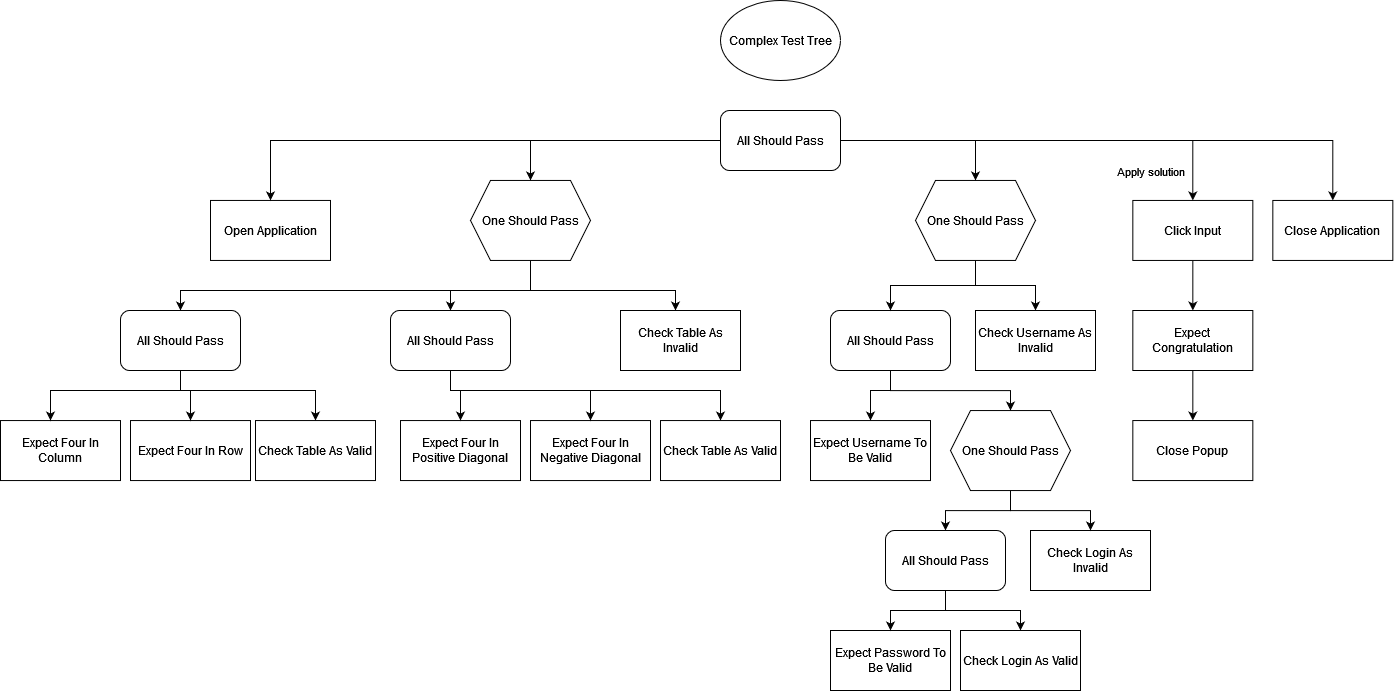
The draw.io diagram ReadmeImages/ComplexTestTree.png in noubar/BehaviorTreeLibrary-Tests, before a commit. Source tidied: cells renumbered, new cells last; positions are measured from the earlier drawing's top-left corner, leaving out a move shared by most shapes.
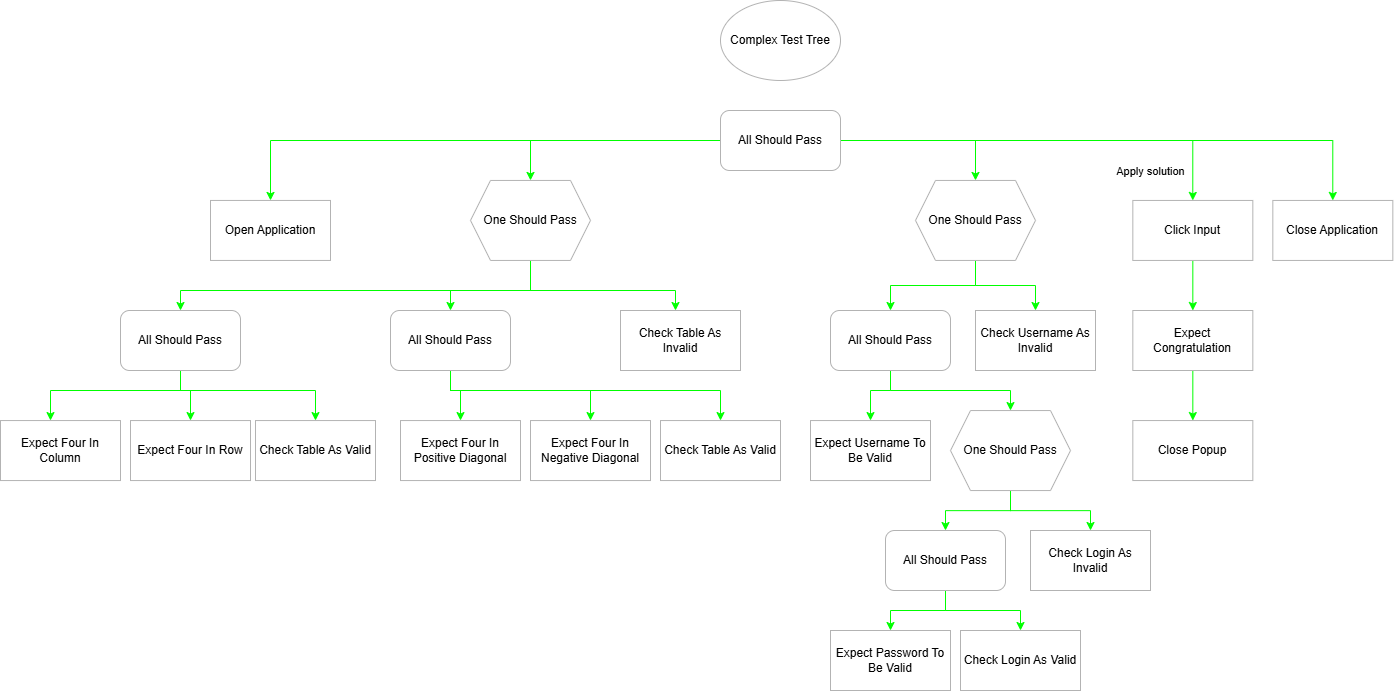
After the commit.

What changed in the source:
```diff
@@ -2,46 +2,46 @@
   <root>
     <mxCell id="0" />
     <mxCell id="1" parent="0" />
-    <mxCell id="2" value="&lt;div&gt;Complex Test Tree&lt;/div&gt;" style="ellipse;whiteSpace=wrap;html=1;" parent="1" vertex="1">
+    <mxCell id="2" value="&lt;div&gt;Complex Test Tree&lt;/div&gt;" style="ellipse;whiteSpace=wrap;html=1;strokeColor=#B3B3B3;" parent="1" vertex="1">
       <mxGeometry x="720" width="120" height="80" as="geometry" />
     </mxCell>
-    <mxCell id="3" value="Expect Four In Row" style="rounded=0;whiteSpace=wrap;html=1;" parent="1" vertex="1">
+    <mxCell id="3" value="Expect Four In Row" style="rounded=0;whiteSpace=wrap;html=1;strokeColor=#B3B3B3;" parent="1" vertex="1">
       <mxGeometry x="130" y="420.1" width="120" height="60" as="geometry" />
     </mxCell>
-    <mxCell id="4" value="Expect Four In Column" style="rounded=0;whiteSpace=wrap;html=1;" parent="1" vertex="1">
+    <mxCell id="4" value="Expect Four In Column" style="rounded=0;whiteSpace=wrap;html=1;strokeColor=#B3B3B3;" parent="1" vertex="1">
       <mxGeometry y="420.1" width="120" height="60" as="geometry" />
     </mxCell>
-    <mxCell id="5" style="edgeStyle=orthogonalEdgeStyle;rounded=0;jettySize=auto;html=1;" parent="1" edge="1" source="6" target="8">
+    <mxCell id="5" style="edgeStyle=orthogonalEdgeStyle;rounded=0;jettySize=auto;html=1;strokeColor=#00FF00;" parent="1" edge="1" source="6" target="8">
       <mxGeometry relative="1" as="geometry" />
     </mxCell>
-    <mxCell id="6" value="Click Input" style="rounded=0;whiteSpace=wrap;html=1;" parent="1" vertex="1">
+    <mxCell id="6" value="Click Input" style="rounded=0;whiteSpace=wrap;html=1;strokeColor=#B3B3B3;" parent="1" vertex="1">
       <mxGeometry x="1132.3" y="199.9" width="120" height="60" as="geometry" />
     </mxCell>
-    <mxCell id="7" style="edgeStyle=orthogonalEdgeStyle;rounded=0;jettySize=auto;html=1;" parent="1" edge="1" source="8" target="9">
+    <mxCell id="7" style="edgeStyle=orthogonalEdgeStyle;rounded=0;jettySize=auto;html=1;strokeColor=#00FF00;" parent="1" edge="1" source="8" target="9">
       <mxGeometry relative="1" as="geometry" />
     </mxCell>
-    <mxCell id="8" value="Expect Congratulation" style="rounded=0;whiteSpace=wrap;html=1;" parent="1" vertex="1">
+    <mxCell id="8" value="Expect Congratulation" style="rounded=0;whiteSpace=wrap;html=1;strokeColor=#B3B3B3;" parent="1" vertex="1">
       <mxGeometry x="1132.3" y="310" width="120" height="60" as="geometry" />
     </mxCell>
-    <mxCell id="9" value="Close Popup" style="rounded=0;whiteSpace=wrap;html=1;" parent="1" vertex="1">
+    <mxCell id="9" value="Close Popup" style="rounded=0;whiteSpace=wrap;html=1;strokeColor=#B3B3B3;" parent="1" vertex="1">
       <mxGeometry x="1132.3" y="420" width="120" height="60" as="geometry" />
     </mxCell>
-    <mxCell id="10" value="Close Application" style="rounded=0;whiteSpace=wrap;html=1;" parent="1" vertex="1">
+    <mxCell id="10" value="Close Application" style="rounded=0;whiteSpace=wrap;html=1;strokeColor=#B3B3B3;" parent="1" vertex="1">
       <mxGeometry x="1272.3" y="199.9" width="120" height="60" as="geometry" />
     </mxCell>
-    <mxCell id="11" value="Open Application" style="rounded=0;whiteSpace=wrap;html=1;" parent="1" vertex="1">
+    <mxCell id="11" value="Open Application" style="rounded=0;whiteSpace=wrap;html=1;strokeColor=#B3B3B3;" parent="1" vertex="1">
       <mxGeometry x="210" y="199.9" width="120" height="60" as="geometry" />
     </mxCell>
-    <mxCell id="12" style="edgeStyle=orthogonalEdgeStyle;rounded=0;jettySize=auto;html=1;" parent="1" edge="1" source="18" target="11">
+    <mxCell id="12" style="edgeStyle=orthogonalEdgeStyle;rounded=0;jettySize=auto;html=1;strokeColor=#00FF00;" parent="1" edge="1" source="18" target="11">
       <mxGeometry relative="1" as="geometry" />
     </mxCell>
-    <mxCell id="13" style="edgeStyle=orthogonalEdgeStyle;rounded=0;jettySize=auto;html=1;" parent="1" edge="1" source="18" target="10">
+    <mxCell id="13" style="edgeStyle=orthogonalEdgeStyle;rounded=0;jettySize=auto;html=1;strokeColor=#00FF00;" parent="1" edge="1" source="18" target="10">
       <mxGeometry relative="1" as="geometry" />
     </mxCell>
-    <mxCell id="14" style="edgeStyle=orthogonalEdgeStyle;rounded=0;jettySize=auto;html=1;entryX=0.5;entryY=0;entryDx=0;entryDy=0;" parent="1" edge="1" source="18" target="24">
+    <mxCell id="14" style="edgeStyle=orthogonalEdgeStyle;rounded=0;jettySize=auto;html=1;entryX=0.5;entryY=0;entryDx=0;entryDy=0;strokeColor=#00FF00;" parent="1" edge="1" source="18" target="24">
       <mxGeometry relative="1" as="geometry" />
     </mxCell>
-    <mxCell id="15" style="edgeStyle=orthogonalEdgeStyle;rounded=0;jettySize=auto;html=1;" parent="1" edge="1" source="18" target="6">
+    <mxCell id="15" style="edgeStyle=orthogonalEdgeStyle;rounded=0;jettySize=auto;html=1;strokeColor=#00FF00;" parent="1" edge="1" source="18" target="6">
       <mxGeometry relative="1" as="geometry" />
     </mxCell>
     <mxCell id="16" value="Apply solution" style="edgeLabel;html=1;align=center;verticalAlign=middle;" parent="15" vertex="1">
@@ -49,19 +49,19 @@
         <mxPoint x="1" y="32" as="offset" />
       </mxGeometry>
     </mxCell>
-    <mxCell id="17" style="edgeStyle=orthogonalEdgeStyle;rounded=0;jettySize=auto;html=1;" parent="1" edge="1" source="18" target="44">
+    <mxCell id="17" style="edgeStyle=orthogonalEdgeStyle;rounded=0;jettySize=auto;html=1;strokeColor=#00FF00;" parent="1" edge="1" source="18" target="44">
       <mxGeometry relative="1" as="geometry" />
     </mxCell>
-    <mxCell id="18" value="All Should Pass" style="rounded=1;whiteSpace=wrap;html=1;" parent="1" vertex="1">
+    <mxCell id="18" value="All Should Pass" style="rounded=1;whiteSpace=wrap;html=1;strokeColor=#B3B3B3;" parent="1" vertex="1">
       <mxGeometry x="720" y="110" width="120" height="60" as="geometry" />
     </mxCell>
-    <mxCell id="19" value="Expect Four In Positive Diagonal" style="rounded=0;whiteSpace=wrap;html=1;" parent="1" vertex="1">
+    <mxCell id="19" value="Expect Four In Positive Diagonal" style="rounded=0;whiteSpace=wrap;html=1;strokeColor=#B3B3B3;" parent="1" vertex="1">
       <mxGeometry x="400" y="420.1" width="120" height="60" as="geometry" />
     </mxCell>
-    <mxCell id="20" value="Expect Four In Negative Diagonal" style="rounded=0;whiteSpace=wrap;html=1;" parent="1" vertex="1">
+    <mxCell id="20" value="Expect Four In Negative Diagonal" style="rounded=0;whiteSpace=wrap;html=1;strokeColor=#B3B3B3;" parent="1" vertex="1">
       <mxGeometry x="530" y="420.1" width="120" height="60" as="geometry" />
     </mxCell>
-    <mxCell id="21" style="edgeStyle=orthogonalEdgeStyle;rounded=0;jettySize=auto;html=1;" parent="1" edge="1" source="24" target="28">
+    <mxCell id="21" style="edgeStyle=orthogonalEdgeStyle;rounded=0;jettySize=auto;html=1;strokeColor=#00FF00;" parent="1" edge="1" source="24" target="28">
       <mxGeometry relative="1" as="geometry">
         <Array as="points">
           <mxPoint x="530" y="290" />
@@ -69,7 +69,7 @@
         </Array>
       </mxGeometry>
     </mxCell>
-    <mxCell id="22" style="edgeStyle=orthogonalEdgeStyle;rounded=0;jettySize=auto;html=1;" parent="1" edge="1" source="24" target="32">
+    <mxCell id="22" style="edgeStyle=orthogonalEdgeStyle;rounded=0;jettySize=auto;html=1;strokeColor=#00FF00;" parent="1" edge="1" source="24" target="32">
       <mxGeometry relative="1" as="geometry">
         <Array as="points">
           <mxPoint x="530" y="290" />
@@ -77,7 +77,7 @@
         </Array>
       </mxGeometry>
     </mxCell>
-    <mxCell id="23" style="edgeStyle=orthogonalEdgeStyle;rounded=0;jettySize=auto;html=1;" parent="1" edge="1" source="24" target="34">
+    <mxCell id="23" style="edgeStyle=orthogonalEdgeStyle;rounded=0;jettySize=auto;html=1;strokeColor=#00FF00;" parent="1" edge="1" source="24" target="34">
       <mxGeometry relative="1" as="geometry">
         <Array as="points">
           <mxPoint x="530" y="290" />
@@ -85,10 +85,10 @@
         </Array>
       </mxGeometry>
     </mxCell>
-    <mxCell id="24" value="One Should Pass" style="shape=hexagon;perimeter=hexagonPerimeter2;whiteSpace=wrap;html=1;fixedSize=1;" parent="1" vertex="1">
+    <mxCell id="24" value="One Should Pass" style="shape=hexagon;perimeter=hexagonPerimeter2;whiteSpace=wrap;html=1;fixedSize=1;strokeColor=#B3B3B3;" parent="1" vertex="1">
       <mxGeometry x="470" y="179.9" width="120" height="80" as="geometry" />
     </mxCell>
-    <mxCell id="25" style="edgeStyle=orthogonalEdgeStyle;rounded=0;jettySize=auto;html=1;" parent="1" edge="1" source="28" target="4">
+    <mxCell id="25" style="edgeStyle=orthogonalEdgeStyle;rounded=0;jettySize=auto;html=1;strokeColor=#00FF00;" parent="1" edge="1" source="28" target="4">
       <mxGeometry relative="1" as="geometry">
         <Array as="points">
           <mxPoint x="180" y="390" />
@@ -96,7 +96,7 @@
         </Array>
       </mxGeometry>
     </mxCell>
-    <mxCell id="26" style="edgeStyle=orthogonalEdgeStyle;rounded=0;jettySize=auto;html=1;" parent="1" edge="1" source="28" target="3">
+    <mxCell id="26" style="edgeStyle=orthogonalEdgeStyle;rounded=0;jettySize=auto;html=1;strokeColor=#00FF00;" parent="1" edge="1" source="28" target="3">
       <mxGeometry relative="1" as="geometry">
         <Array as="points">
           <mxPoint x="180" y="390" />
@@ -104,7 +104,7 @@
         </Array>
       </mxGeometry>
     </mxCell>
-    <mxCell id="27" style="edgeStyle=orthogonalEdgeStyle;rounded=0;jettySize=auto;html=1;" parent="1" edge="1" source="28" target="35">
+    <mxCell id="27" style="edgeStyle=orthogonalEdgeStyle;rounded=0;jettySize=auto;html=1;strokeColor=#00FF00;" parent="1" edge="1" source="28" target="35">
       <mxGeometry relative="1" as="geometry">
         <Array as="points">
           <mxPoint x="180" y="390" />
@@ -112,10 +112,10 @@
         </Array>
       </mxGeometry>
     </mxCell>
-    <mxCell id="28" value="All Should Pass" style="rounded=1;whiteSpace=wrap;html=1;" parent="1" vertex="1">
+    <mxCell id="28" value="All Should Pass" style="rounded=1;whiteSpace=wrap;html=1;strokeColor=#B3B3B3;" parent="1" vertex="1">
       <mxGeometry x="120" y="310" width="120" height="60" as="geometry" />
     </mxCell>
-    <mxCell id="29" style="edgeStyle=orthogonalEdgeStyle;rounded=0;jettySize=auto;html=1;" parent="1" edge="1" source="32" target="19">
+    <mxCell id="29" style="edgeStyle=orthogonalEdgeStyle;rounded=0;jettySize=auto;html=1;strokeColor=#00FF00;" parent="1" edge="1" source="32" target="19">
       <mxGeometry relative="1" as="geometry">
         <Array as="points">
           <mxPoint x="450" y="390" />
@@ -123,7 +123,7 @@
         </Array>
       </mxGeometry>
     </mxCell>
-    <mxCell id="30" style="edgeStyle=orthogonalEdgeStyle;rounded=0;jettySize=auto;html=1;" parent="1" edge="1" source="32" target="20">
+    <mxCell id="30" style="edgeStyle=orthogonalEdgeStyle;rounded=0;jettySize=auto;html=1;strokeColor=#00FF00;" parent="1" edge="1" source="32" target="20">
       <mxGeometry relative="1" as="geometry">
         <Array as="points">
           <mxPoint x="450" y="390" />
@@ -131,7 +131,7 @@
         </Array>
       </mxGeometry>
     </mxCell>
-    <mxCell id="31" style="edgeStyle=orthogonalEdgeStyle;rounded=0;jettySize=auto;html=1;" parent="1" edge="1" source="32" target="36">
+    <mxCell id="31" style="edgeStyle=orthogonalEdgeStyle;rounded=0;jettySize=auto;html=1;strokeColor=#00FF00;" parent="1" edge="1" source="32" target="36">
       <mxGeometry relative="1" as="geometry">
         <Array as="points">
           <mxPoint x="450" y="390" />
@@ -139,25 +139,25 @@
         </Array>
       </mxGeometry>
     </mxCell>
-    <mxCell id="32" value="All Should Pass" style="rounded=1;whiteSpace=wrap;html=1;" parent="1" vertex="1">
+    <mxCell id="32" value="All Should Pass" style="rounded=1;whiteSpace=wrap;html=1;strokeColor=#B3B3B3;" parent="1" vertex="1">
       <mxGeometry x="390" y="310" width="120" height="60" as="geometry" />
     </mxCell>
-    <mxCell id="33" value="Check Login As Invalid" style="rounded=0;whiteSpace=wrap;html=1;" parent="1" vertex="1">
+    <mxCell id="33" value="Check Login As Invalid" style="rounded=0;whiteSpace=wrap;html=1;strokeColor=#B3B3B3;" parent="1" vertex="1">
       <mxGeometry x="1030" y="530" width="120" height="60" as="geometry" />
     </mxCell>
-    <mxCell id="34" value="Check Table As Invalid" style="rounded=0;whiteSpace=wrap;html=1;" parent="1" vertex="1">
+    <mxCell id="34" value="Check Table As Invalid" style="rounded=0;whiteSpace=wrap;html=1;strokeColor=#B3B3B3;" parent="1" vertex="1">
       <mxGeometry x="620" y="310" width="120" height="60" as="geometry" />
     </mxCell>
-    <mxCell id="35" value="Check Table As Valid" style="rounded=0;whiteSpace=wrap;html=1;" parent="1" vertex="1">
+    <mxCell id="35" value="Check Table As Valid" style="rounded=0;whiteSpace=wrap;html=1;strokeColor=#B3B3B3;" parent="1" vertex="1">
       <mxGeometry x="255" y="420.1" width="120" height="60" as="geometry" />
     </mxCell>
-    <mxCell id="36" value="Check Table As Valid" style="rounded=0;whiteSpace=wrap;html=1;" parent="1" vertex="1">
+    <mxCell id="36" value="Check Table As Valid" style="rounded=0;whiteSpace=wrap;html=1;strokeColor=#B3B3B3;" parent="1" vertex="1">
       <mxGeometry x="660" y="420.1" width="120" height="60" as="geometry" />
     </mxCell>
-    <mxCell id="37" style="edgeStyle=orthogonalEdgeStyle;rounded=0;orthogonalLoop=1;jettySize=auto;html=1;exitX=0.5;exitY=1;exitDx=0;exitDy=0;" parent="1" edge="1" source="35" target="35">
+    <mxCell id="37" style="edgeStyle=orthogonalEdgeStyle;rounded=0;orthogonalLoop=1;jettySize=auto;html=1;exitX=0.5;exitY=1;exitDx=0;exitDy=0;strokeColor=#00FF00;" parent="1" edge="1" source="35" target="35">
       <mxGeometry relative="1" as="geometry" />
     </mxCell>
-    <mxCell id="38" style="edgeStyle=orthogonalEdgeStyle;rounded=0;jettySize=auto;html=1;" parent="1" edge="1" source="40" target="45">
+    <mxCell id="38" style="edgeStyle=orthogonalEdgeStyle;rounded=0;jettySize=auto;html=1;strokeColor=#00FF00;" parent="1" edge="1" source="40" target="45">
       <mxGeometry relative="1" as="geometry">
         <Array as="points">
           <mxPoint x="890" y="390" />
@@ -165,49 +165,49 @@
         </Array>
       </mxGeometry>
     </mxCell>
-    <mxCell id="39" style="edgeStyle=orthogonalEdgeStyle;rounded=0;jettySize=auto;html=1;" parent="1" edge="1" source="40" target="49">
+    <mxCell id="39" style="edgeStyle=orthogonalEdgeStyle;rounded=0;jettySize=auto;html=1;strokeColor=#00FF00;" parent="1" edge="1" source="40" target="49">
       <mxGeometry relative="1" as="geometry" />
     </mxCell>
-    <mxCell id="40" value="All Should Pass" style="rounded=1;whiteSpace=wrap;html=1;" parent="1" vertex="1">
+    <mxCell id="40" value="All Should Pass" style="rounded=1;whiteSpace=wrap;html=1;strokeColor=#B3B3B3;" parent="1" vertex="1">
       <mxGeometry x="830" y="310" width="120" height="60" as="geometry" />
     </mxCell>
-    <mxCell id="41" value="Expect Password To Be Valid" style="rounded=0;whiteSpace=wrap;html=1;" parent="1" vertex="1">
+    <mxCell id="41" value="Expect Password To Be Valid" style="rounded=0;whiteSpace=wrap;html=1;strokeColor=#B3B3B3;" parent="1" vertex="1">
       <mxGeometry x="830" y="630" width="120" height="60" as="geometry" />
     </mxCell>
-    <mxCell id="42" style="edgeStyle=orthogonalEdgeStyle;rounded=0;jettySize=auto;html=1;" parent="1" edge="1" source="44" target="40">
+    <mxCell id="42" style="edgeStyle=orthogonalEdgeStyle;rounded=0;jettySize=auto;html=1;strokeColor=#00FF00;" parent="1" edge="1" source="44" target="40">
       <mxGeometry relative="1" as="geometry" />
     </mxCell>
-    <mxCell id="43" style="edgeStyle=orthogonalEdgeStyle;rounded=0;jettySize=auto;html=1;" parent="1" edge="1" source="44" target="46">
+    <mxCell id="43" style="edgeStyle=orthogonalEdgeStyle;rounded=0;jettySize=auto;html=1;strokeColor=#00FF00;" parent="1" edge="1" source="44" target="46">
       <mxGeometry relative="1" as="geometry" />
     </mxCell>
-    <mxCell id="44" value="One Should Pass" style="shape=hexagon;perimeter=hexagonPerimeter2;whiteSpace=wrap;html=1;fixedSize=1;" parent="1" vertex="1">
+    <mxCell id="44" value="One Should Pass" style="shape=hexagon;perimeter=hexagonPerimeter2;whiteSpace=wrap;html=1;fixedSize=1;strokeColor=#B3B3B3;" parent="1" vertex="1">
       <mxGeometry x="915" y="179.9" width="120" height="80" as="geometry" />
     </mxCell>
-    <mxCell id="45" value="Expect Username&lt;span&gt; To Be Valid&lt;/span&gt;" style="rounded=0;whiteSpace=wrap;html=1;" parent="1" vertex="1">
+    <mxCell id="45" value="Expect Username&lt;span&gt; To Be Valid&lt;/span&gt;" style="rounded=0;whiteSpace=wrap;html=1;strokeColor=#B3B3B3;" parent="1" vertex="1">
       <mxGeometry x="810" y="420.1" width="120" height="60" as="geometry" />
     </mxCell>
-    <mxCell id="46" value="Check Username As Invalid" style="rounded=0;whiteSpace=wrap;html=1;" parent="1" vertex="1">
+    <mxCell id="46" value="Check Username As Invalid" style="rounded=0;whiteSpace=wrap;html=1;strokeColor=#B3B3B3;" parent="1" vertex="1">
       <mxGeometry x="975" y="310" width="120" height="60" as="geometry" />
     </mxCell>
-    <mxCell id="47" style="edgeStyle=orthogonalEdgeStyle;rounded=0;jettySize=auto;html=1;" parent="1" edge="1" source="49" target="52">
+    <mxCell id="47" style="edgeStyle=orthogonalEdgeStyle;rounded=0;jettySize=auto;html=1;strokeColor=#00FF00;" parent="1" edge="1" source="49" target="52">
       <mxGeometry relative="1" as="geometry" />
     </mxCell>
-    <mxCell id="48" style="edgeStyle=orthogonalEdgeStyle;rounded=0;jettySize=auto;html=1;entryX=0.5;entryY=0;entryDx=0;entryDy=0;" parent="1" edge="1" source="49" target="33">
+    <mxCell id="48" style="edgeStyle=orthogonalEdgeStyle;rounded=0;jettySize=auto;html=1;entryX=0.5;entryY=0;entryDx=0;entryDy=0;strokeColor=#00FF00;" parent="1" edge="1" source="49" target="33">
       <mxGeometry relative="1" as="geometry" />
     </mxCell>
-    <mxCell id="49" value="One Should Pass" style="shape=hexagon;perimeter=hexagonPerimeter2;whiteSpace=wrap;html=1;fixedSize=1;" parent="1" vertex="1">
+    <mxCell id="49" value="One Should Pass" style="shape=hexagon;perimeter=hexagonPerimeter2;whiteSpace=wrap;html=1;fixedSize=1;strokeColor=#B3B3B3;" parent="1" vertex="1">
       <mxGeometry x="950" y="410.1" width="120" height="80" as="geometry" />
     </mxCell>
-    <mxCell id="50" style="edgeStyle=orthogonalEdgeStyle;rounded=0;jettySize=auto;html=1;" parent="1" edge="1" source="52" target="41">
+    <mxCell id="50" style="edgeStyle=orthogonalEdgeStyle;rounded=0;jettySize=auto;html=1;strokeColor=#00FF00;" parent="1" edge="1" source="52" target="41">
       <mxGeometry relative="1" as="geometry" />
     </mxCell>
-    <mxCell id="51" style="edgeStyle=orthogonalEdgeStyle;rounded=0;jettySize=auto;html=1;" parent="1" edge="1" source="52" target="53">
+    <mxCell id="51" style="edgeStyle=orthogonalEdgeStyle;rounded=0;jettySize=auto;html=1;strokeColor=#00FF00;" parent="1" edge="1" source="52" target="53">
       <mxGeometry relative="1" as="geometry" />
     </mxCell>
-    <mxCell id="52" value="All Should Pass" style="rounded=1;whiteSpace=wrap;html=1;" parent="1" vertex="1">
+    <mxCell id="52" value="All Should Pass" style="rounded=1;whiteSpace=wrap;html=1;strokeColor=#B3B3B3;" parent="1" vertex="1">
       <mxGeometry x="885" y="530" width="120" height="60" as="geometry" />
     </mxCell>
-    <mxCell id="53" value="Check Login As Valid" style="rounded=0;whiteSpace=wrap;html=1;" parent="1" vertex="1">
+    <mxCell id="53" value="Check Login As Valid" style="rounded=0;whiteSpace=wrap;html=1;strokeColor=#B3B3B3;" parent="1" vertex="1">
       <mxGeometry x="960" y="630" width="120" height="60" as="geometry" />
     </mxCell>
   </root>
```
